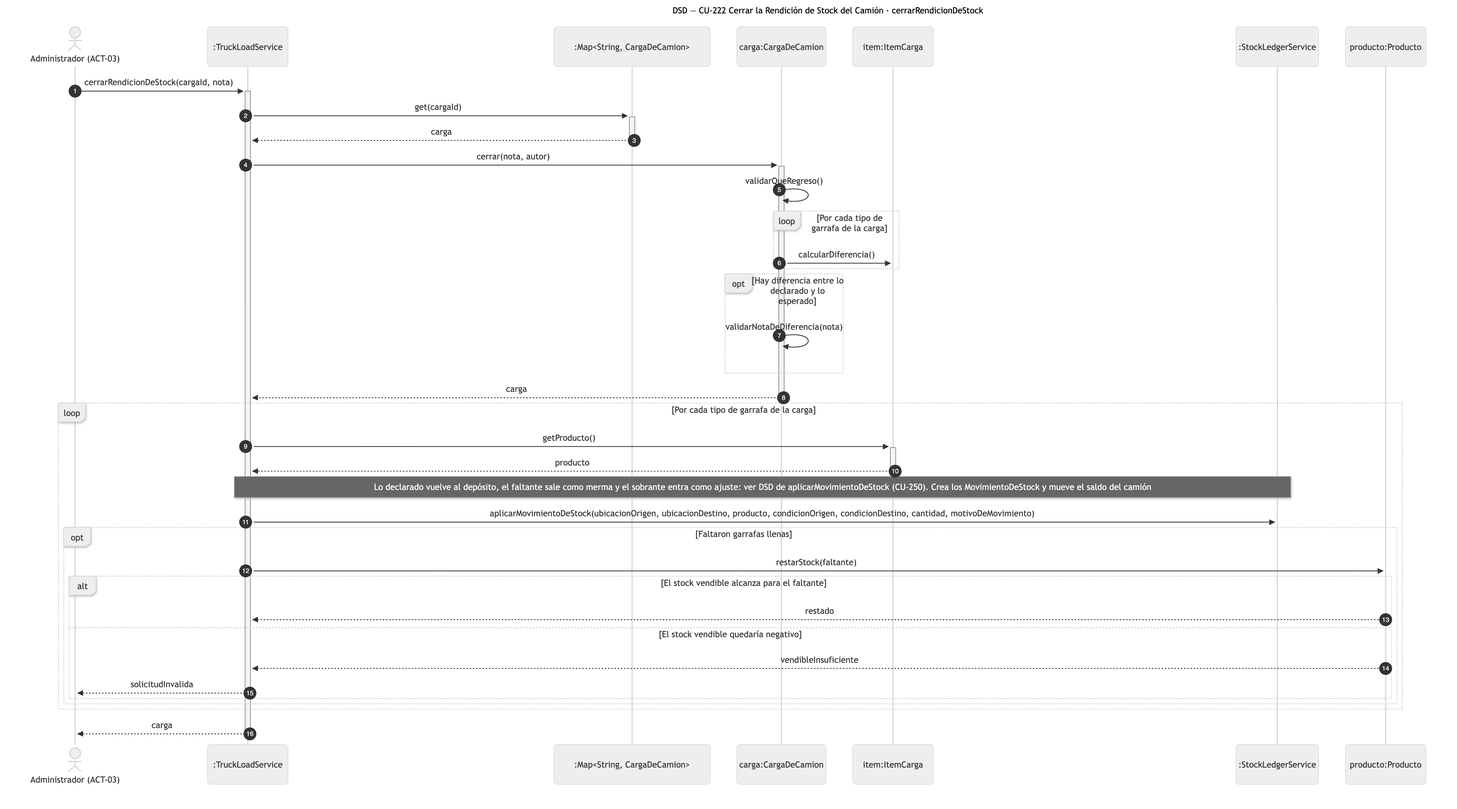
Above: diagramas/png/DSD_CU-222_cerrarRendicionDeStock.png in Nahuelito-Dev/splg-docs (Mermaid), before the change. Its source is kept beside it as diagramas/DSD_CU-222_cerrarRendicionDeStock.mmd.
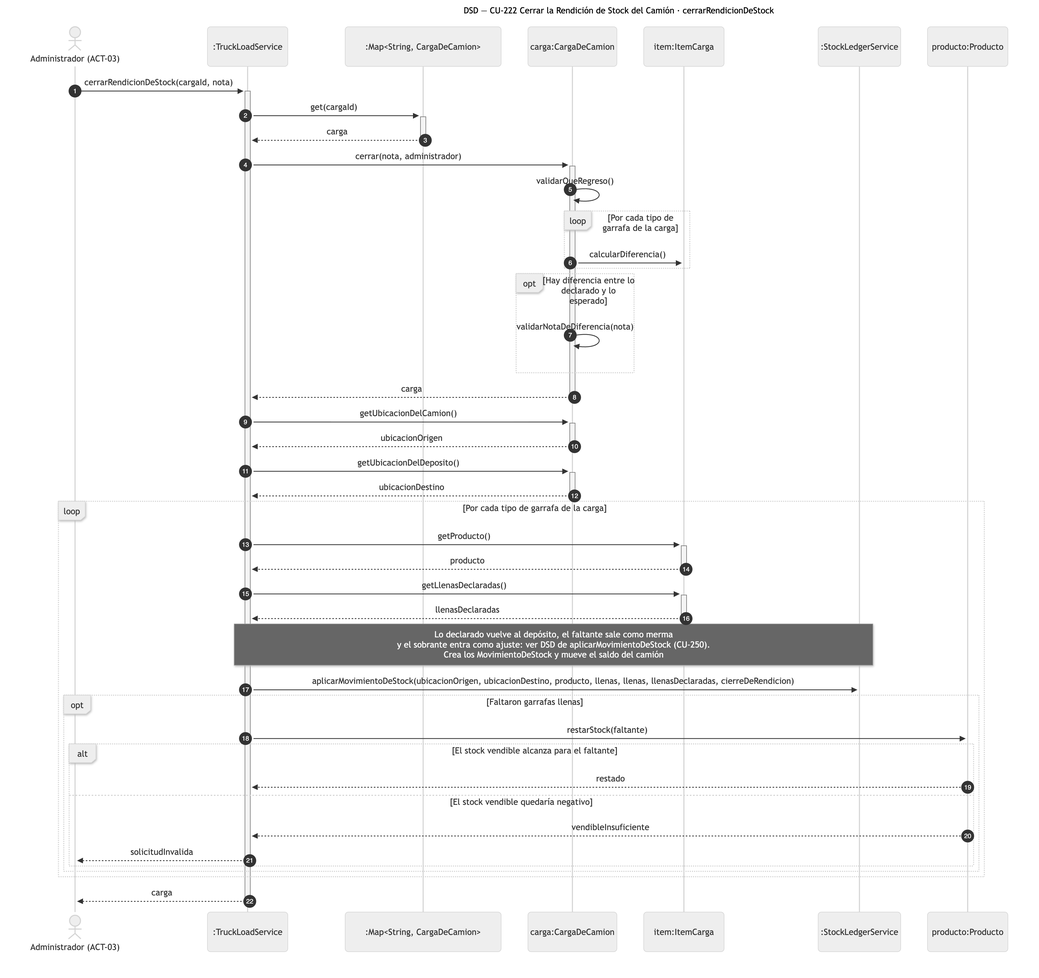
After the commit.

Change to the diagram source:
```diff
@@ -12,7 +12,7 @@
     ADM->>+SRV: cerrarRendicionDeStock(cargaId, nota)
     SRV->>+COL: get(cargaId)
     COL-->>-SRV: carga
-    SRV->>+CAR: cerrar(nota, autor)
+    SRV->>+CAR: cerrar(nota, administrador)
     CAR->>CAR: validarQueRegreso()
     loop Por cada tipo de garrafa de la carga
         CAR->>ICA: calcularDiferencia()
@@ -21,11 +21,17 @@
         CAR->>CAR: validarNotaDeDiferencia(nota)
     end
     CAR-->>-SRV: carga
+    SRV->>+CAR: getUbicacionDelCamion()
+    CAR-->>-SRV: ubicacionOrigen
+    SRV->>+CAR: getUbicacionDelDeposito()
+    CAR-->>-SRV: ubicacionDestino
     loop Por cada tipo de garrafa de la carga
         SRV->>+ICA: getProducto()
         ICA-->>-SRV: producto
-        Note over SRV,LED: Lo declarado vuelve al depósito, el faltante sale como merma y el sobrante entra como ajuste: ver DSD de aplicarMovimientoDeStock (CU-250). Crea los MovimientoDeStock y mueve el saldo del camión
-        SRV->>LED: aplicarMovimientoDeStock(ubicacionOrigen, ubicacionDestino, producto, condicionOrigen, condicionDestino, cantidad, motivoDeMovimiento)
+        SRV->>+ICA: getLlenasDeclaradas()
+        ICA-->>-SRV: llenasDeclaradas
+        Note over SRV,LED: Lo declarado vuelve al depósito, el faltante sale como merma<br/>y el sobrante entra como ajuste: ver DSD de aplicarMovimientoDeStock (CU-250).<br/>Crea los MovimientoDeStock y mueve el saldo del camión
+        SRV->>LED: aplicarMovimientoDeStock(ubicacionOrigen, ubicacionDestino, producto, llenas, llenas, llenasDeclaradas, cierreDeRendicion)
         opt Faltaron garrafas llenas
             SRV->>PRO: restarStock(faltante)
             alt El stock vendible alcanza para el faltante
```
